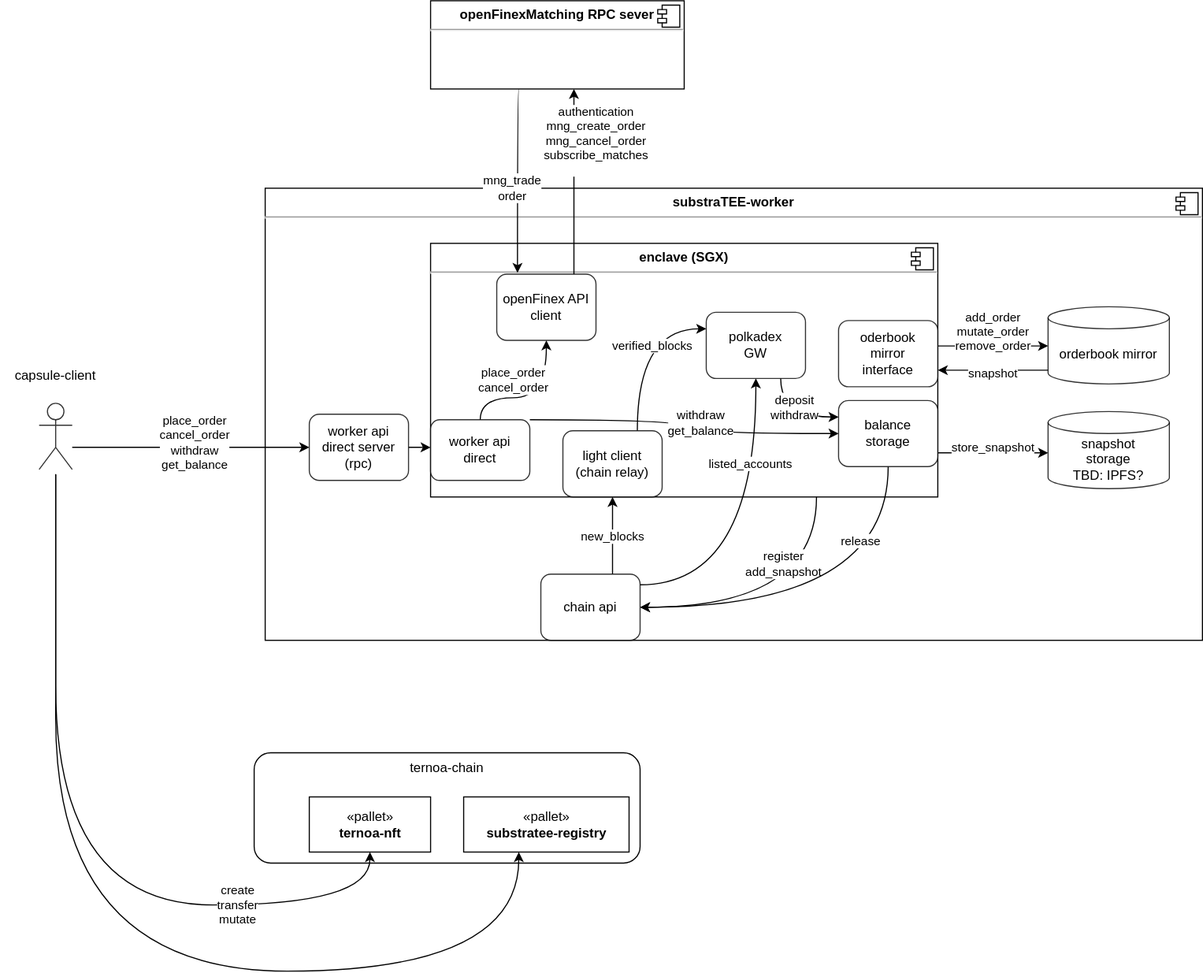
This is overview_ternoa.svg from haerdib/substraTEE_diagramms, a draw.io export, as it was before one commit. Source tidied: cells renumbered, new cells last; positions are measured from the earlier drawing's top-left corner, leaving out a move shared by most shapes. Source of this version:
```xml
<mxGraphModel>
  <root>
    <mxCell id="0" />
    <mxCell id="1" parent="0" />
    <mxCell id="2" value="&lt;p style=&quot;margin: 0px ; margin-top: 6px ; text-align: center&quot;&gt;&lt;b&gt;substraTEE-worker&lt;br&gt;&lt;/b&gt;&lt;/p&gt;&lt;hr&gt;&lt;p style=&quot;margin: 0px ; margin-left: 8px&quot;&gt;&lt;br&gt;&lt;/p&gt;" style="align=left;overflow=fill;html=1;" parent="1" vertex="1">
      <mxGeometry x="240" y="170" width="850" height="410" as="geometry" />
    </mxCell>
    <mxCell id="3" style="shape=component;jettyWidth=8;jettyHeight=4;" parent="2" vertex="1">
      <mxGeometry x="1" width="20" height="20" relative="1" as="geometry">
        <mxPoint x="-24" y="4" as="offset" />
      </mxGeometry>
    </mxCell>
    <mxCell id="4" value="&lt;p style=&quot;margin: 0px ; margin-top: 6px ; text-align: center&quot;&gt;&lt;b&gt;enclave (SGX)&lt;br&gt;&lt;/b&gt;&lt;/p&gt;&lt;hr&gt;&lt;p style=&quot;margin: 0px ; margin-left: 8px&quot;&gt;&lt;br&gt;&lt;/p&gt;" style="align=left;overflow=fill;html=1;" parent="1" vertex="1">
      <mxGeometry x="390" y="220" width="460" height="230" as="geometry" />
    </mxCell>
    <mxCell id="5" style="shape=component;jettyWidth=8;jettyHeight=4;" parent="4" vertex="1">
      <mxGeometry x="1" width="20" height="20" relative="1" as="geometry">
        <mxPoint x="-24" y="4" as="offset" />
      </mxGeometry>
    </mxCell>
    <mxCell id="6" value="ternoa-chain&lt;div&gt;&lt;br&gt;&lt;/div&gt;&lt;div&gt;&lt;br&gt;&lt;/div&gt;&lt;div&gt;&lt;br&gt;&lt;/div&gt;&lt;div&gt;&lt;br&gt;&lt;/div&gt;&lt;div&gt;&lt;br&gt;&lt;/div&gt;" style="rounded=1;whiteSpace=wrap;html=1;" parent="1" vertex="1">
      <mxGeometry x="230" y="682" width="350" height="100" as="geometry" />
    </mxCell>
    <mxCell id="7" value="«pallet»&lt;b&gt;&lt;br&gt;&lt;/b&gt;&lt;div&gt;&lt;b&gt;ternoa-nft&lt;/b&gt;&lt;br&gt;&lt;/div&gt;" style="html=1;" parent="1" vertex="1">
      <mxGeometry x="280" y="722" width="110" height="50" as="geometry" />
    </mxCell>
    <mxCell id="8" value="«pallet»&lt;br&gt;&lt;b&gt;substratee-registry&lt;/b&gt;" style="html=1;" parent="1" vertex="1">
      <mxGeometry x="420" y="722" width="150" height="50" as="geometry" />
    </mxCell>
    <mxCell id="9" style="edgeStyle=orthogonalEdgeStyle;curved=1;jettySize=auto;html=1;exitX=0.75;exitY=0;exitDx=0;exitDy=0;entryX=0;entryY=0.25;entryDx=0;entryDy=0;" parent="1" edge="1" source="11" target="54">
      <mxGeometry relative="1" as="geometry" />
    </mxCell>
    <mxCell id="10" value="verified_blocks" style="edgeLabel;html=1;align=center;verticalAlign=middle;" parent="9" vertex="1">
      <mxGeometry x="0.56" y="-10" relative="1" as="geometry">
        <mxPoint x="-15.8" y="5" as="offset" />
      </mxGeometry>
    </mxCell>
    <mxCell id="11" value="light client&lt;br&gt;(chain relay)" style="rounded=1;whiteSpace=wrap;html=1;opacity=80;" parent="1" vertex="1">
      <mxGeometry x="510" y="390" width="90" height="60" as="geometry" />
    </mxCell>
    <mxCell id="12" style="edgeStyle=orthogonalEdgeStyle;curved=1;rounded=0;jettySize=auto;html=1;entryX=0.5;entryY=1;entryDx=0;entryDy=0;" parent="1" edge="1" target="7">
      <mxGeometry relative="1" as="geometry">
        <mxPoint x="50" y="430" as="sourcePoint" />
        <Array as="points">
          <mxPoint x="50" y="422" />
          <mxPoint x="50" y="820" />
          <mxPoint x="335" y="820" />
        </Array>
      </mxGeometry>
    </mxCell>
    <mxCell id="13" value="&lt;div&gt;create&lt;/div&gt;&lt;div&gt;transfer&lt;/div&gt;&lt;div&gt;mutate&lt;br&gt;&lt;/div&gt;" style="edgeLabel;html=1;align=center;verticalAlign=middle;" parent="12" vertex="1">
      <mxGeometry x="0.55" relative="1" as="geometry" />
    </mxCell>
    <mxCell id="14" style="edgeStyle=orthogonalEdgeStyle;jettySize=auto;html=1;jumpStyle=none;shadow=0;curved=1;" parent="1" edge="1" source="15" target="24">
      <mxGeometry relative="1" as="geometry">
        <Array as="points">
          <mxPoint x="100" y="405" />
          <mxPoint x="100" y="405" />
        </Array>
      </mxGeometry>
    </mxCell>
    <mxCell id="15" style="shape=umlActor;verticalLabelPosition=bottom;verticalAlign=top;html=1;outlineConnect=0;opacity=80;" parent="1" vertex="1">
      <mxGeometry x="35" y="365" width="30" height="60" as="geometry" />
    </mxCell>
    <mxCell id="16" style="edgeStyle=orthogonalEdgeStyle;curved=1;rounded=0;jettySize=auto;html=1;entryX=1;entryY=0.5;entryDx=0;entryDy=0;" parent="1" edge="1" source="4" target="29">
      <mxGeometry relative="1" as="geometry">
        <Array as="points">
          <mxPoint x="740" y="550" />
        </Array>
      </mxGeometry>
    </mxCell>
    <mxCell id="17" value="&lt;div&gt;register&lt;/div&gt;&lt;div&gt;add_snapshot&lt;br&gt;&lt;/div&gt;" style="edgeLabel;html=1;align=center;verticalAlign=middle;" parent="16" vertex="1">
      <mxGeometry x="-0.38" y="3" relative="1" as="geometry">
        <mxPoint x="-33" y="-20" as="offset" />
      </mxGeometry>
    </mxCell>
    <mxCell id="18" value="capsule-client" style="text;html=1;strokeColor=none;fillColor=none;align=center;verticalAlign=middle;whiteSpace=wrap;rounded=0;" parent="1" vertex="1">
      <mxGeometry y="330" width="100" height="20" as="geometry" />
    </mxCell>
    <mxCell id="19" value="orderbook mirror" style="shape=cylinder3;whiteSpace=wrap;html=1;boundedLbl=1;backgroundOutline=1;size=10;opacity=80;" parent="1" vertex="1">
      <mxGeometry x="950" y="277.5" width="110" height="70" as="geometry" />
    </mxCell>
    <mxCell id="20" style="edgeStyle=orthogonalEdgeStyle;jettySize=auto;html=1;curved=1;" parent="1" edge="1" source="45" target="19">
      <mxGeometry relative="1" as="geometry">
        <Array as="points">
          <mxPoint x="870" y="313" />
          <mxPoint x="870" y="313" />
        </Array>
      </mxGeometry>
    </mxCell>
    <mxCell id="21" value="&lt;div&gt;add_order&lt;/div&gt;&lt;div&gt;mutate_order&lt;/div&gt;&lt;div&gt;remove_order&lt;br&gt;&lt;/div&gt;" style="edgeLabel;html=1;align=center;verticalAlign=middle;" parent="20" vertex="1">
      <mxGeometry x="0.36" y="1" relative="1" as="geometry">
        <mxPoint x="-18.1" y="-12" as="offset" />
      </mxGeometry>
    </mxCell>
    <mxCell id="22" value="&lt;div&gt;openFinex API&lt;/div&gt;&lt;div&gt;client&lt;br&gt;&lt;/div&gt;" style="rounded=1;whiteSpace=wrap;html=1;opacity=80;" parent="1" vertex="1">
      <mxGeometry x="450" y="248" width="90" height="60" as="geometry" />
    </mxCell>
    <mxCell id="23" style="edgeStyle=orthogonalEdgeStyle;rounded=0;jettySize=auto;html=1;exitX=1;exitY=0.5;exitDx=0;exitDy=0;entryX=0;entryY=0.457;entryDx=0;entryDy=0;entryPerimeter=0;" parent="1" edge="1" source="24" target="39">
      <mxGeometry relative="1" as="geometry">
        <Array as="points">
          <mxPoint x="380" y="405" />
        </Array>
      </mxGeometry>
    </mxCell>
    <mxCell id="24" value="&lt;div&gt;worker api&lt;br&gt;&lt;/div&gt;&lt;div&gt;direct server&lt;/div&gt;&lt;div&gt;(rpc)&lt;br&gt;&lt;/div&gt;" style="rounded=1;whiteSpace=wrap;html=1;opacity=80;" parent="1" vertex="1">
      <mxGeometry x="280" y="375" width="90" height="60" as="geometry" />
    </mxCell>
    <mxCell id="25" style="edgeStyle=orthogonalEdgeStyle;curved=1;jumpStyle=none;jettySize=auto;html=1;shadow=0;entryX=0.5;entryY=1;entryDx=0;entryDy=0;" parent="1" edge="1" target="11">
      <mxGeometry relative="1" as="geometry">
        <mxPoint x="555" y="520" as="sourcePoint" />
        <Array as="points">
          <mxPoint x="555" y="520" />
        </Array>
      </mxGeometry>
    </mxCell>
    <mxCell id="26" value="&lt;div&gt;new_blocks&lt;/div&gt;" style="edgeLabel;html=1;align=center;verticalAlign=middle;" parent="25" vertex="1">
      <mxGeometry x="0.28" relative="1" as="geometry">
        <mxPoint x="-0.8" y="10" as="offset" />
      </mxGeometry>
    </mxCell>
    <mxCell id="27" style="edgeStyle=orthogonalEdgeStyle;curved=1;jettySize=auto;html=1;exitX=0.996;exitY=0.161;exitDx=0;exitDy=0;entryX=0.5;entryY=1;entryDx=0;entryDy=0;exitPerimeter=0;" parent="1" edge="1" source="29" target="54">
      <mxGeometry relative="1" as="geometry" />
    </mxCell>
    <mxCell id="28" value="listed_accounts" style="edgeLabel;html=1;align=center;verticalAlign=middle;" parent="27" vertex="1">
      <mxGeometry x="0.5" y="1" relative="1" as="geometry">
        <mxPoint x="-4" y="4.4" as="offset" />
      </mxGeometry>
    </mxCell>
    <mxCell id="29" value="&lt;div&gt;chain api&lt;/div&gt;" style="rounded=1;whiteSpace=wrap;html=1;opacity=80;" parent="1" vertex="1">
      <mxGeometry x="490" y="520" width="90" height="60" as="geometry" />
    </mxCell>
    <mxCell id="30" style="edgeStyle=orthogonalEdgeStyle;curved=1;rounded=0;orthogonalLoop=1;jettySize=auto;html=1;entryX=0.5;entryY=1;entryDx=0;entryDy=0;" parent="1" edge="1">
      <mxGeometry relative="1" as="geometry">
        <mxPoint x="50" y="430" as="sourcePoint" />
        <mxPoint x="470" y="772" as="targetPoint" />
        <Array as="points">
          <mxPoint x="50" y="422" />
          <mxPoint x="50" y="880" />
          <mxPoint x="470" y="880" />
        </Array>
      </mxGeometry>
    </mxCell>
    <mxCell id="31" value="&lt;div&gt;place_order&lt;/div&gt;&lt;div&gt;cancel_order&lt;br&gt;&lt;/div&gt;&lt;div&gt;withdraw&lt;/div&gt;&lt;div&gt;get_balance&lt;br&gt;&lt;/div&gt;" style="edgeLabel;html=1;align=center;verticalAlign=middle;" parent="1" vertex="1">
      <mxGeometry x="180" y="405" as="geometry">
        <mxPoint x="-4" y="-4" as="offset" />
      </mxGeometry>
    </mxCell>
    <mxCell id="32" style="edgeStyle=orthogonalEdgeStyle;curved=1;jumpStyle=none;jettySize=auto;html=1;shadow=0;entryX=0.209;entryY=-0.021;entryDx=0;entryDy=0;entryPerimeter=0;" parent="1" edge="1" target="22">
      <mxGeometry relative="1" as="geometry">
        <mxPoint x="470" y="80" as="sourcePoint" />
        <Array as="points">
          <mxPoint x="469" y="80" />
        </Array>
      </mxGeometry>
    </mxCell>
    <mxCell id="33" value="&lt;div&gt;mng_trade&lt;/div&gt;&lt;div&gt;order&lt;br&gt;&lt;/div&gt;" style="edgeLabel;html=1;align=center;verticalAlign=middle;" parent="32" vertex="1">
      <mxGeometry x="0.07" y="3" relative="1" as="geometry">
        <mxPoint x="-8.2" y="1.5" as="offset" />
      </mxGeometry>
    </mxCell>
    <mxCell id="34" value="&lt;p style=&quot;margin: 0px ; margin-top: 6px ; text-align: center&quot;&gt;&lt;b&gt;openFinexMatching RPC sever&lt;br&gt;&lt;/b&gt;&lt;/p&gt;&lt;hr&gt;&lt;p style=&quot;margin: 0px ; margin-left: 8px&quot;&gt;&lt;br&gt;&lt;/p&gt;" style="align=left;overflow=fill;html=1;" parent="1" vertex="1">
      <mxGeometry x="390" width="230" height="80" as="geometry" />
    </mxCell>
    <mxCell id="35" style="shape=component;jettyWidth=8;jettyHeight=4;" parent="34" vertex="1">
      <mxGeometry x="1" width="20" height="20" relative="1" as="geometry">
        <mxPoint x="-24" y="4" as="offset" />
      </mxGeometry>
    </mxCell>
    <mxCell id="36" style="edgeStyle=orthogonalEdgeStyle;curved=1;jumpStyle=none;jettySize=auto;html=1;shadow=0;" parent="1" edge="1" source="22" target="34">
      <mxGeometry relative="1" as="geometry">
        <Array as="points">
          <mxPoint x="520" y="210" />
          <mxPoint x="520" y="210" />
        </Array>
      </mxGeometry>
    </mxCell>
    <mxCell id="37" value="authentication&lt;br&gt;&lt;div&gt;mng_create_order&lt;/div&gt;&lt;div&gt;mng_cancel_order&lt;/div&gt;&lt;div&gt;subscribe_matches&lt;br&gt;&lt;/div&gt;&lt;div&gt;&lt;br&gt;&lt;/div&gt;" style="edgeLabel;html=1;align=center;verticalAlign=middle;" parent="36" vertex="1">
      <mxGeometry x="0.35" y="5" relative="1" as="geometry">
        <mxPoint x="25" y="-7.5" as="offset" />
      </mxGeometry>
    </mxCell>
    <mxCell id="38" value="&lt;div&gt;snapshot&lt;/div&gt;&lt;div&gt;storage&lt;br&gt;TBD: IPFS?&lt;br&gt;&lt;/div&gt;" style="shape=cylinder3;whiteSpace=wrap;html=1;boundedLbl=1;backgroundOutline=1;size=10;opacity=80;" parent="1" vertex="1">
      <mxGeometry x="950" y="372.5" width="110" height="70" as="geometry" />
    </mxCell>
    <mxCell id="39" value="worker api&lt;br&gt;direct" style="rounded=1;whiteSpace=wrap;html=1;opacity=80;" parent="1" vertex="1">
      <mxGeometry x="390" y="380" width="90" height="55" as="geometry" />
    </mxCell>
    <mxCell id="40" style="edgeStyle=orthogonalEdgeStyle;jettySize=auto;html=1;curved=1;" parent="1" edge="1" source="4" target="38">
      <mxGeometry relative="1" as="geometry">
        <Array as="points">
          <mxPoint x="860" y="410" />
          <mxPoint x="860" y="410" />
        </Array>
      </mxGeometry>
    </mxCell>
    <mxCell id="41" value="store_snapshot" style="edgeLabel;html=1;align=center;verticalAlign=middle;" parent="40" vertex="1">
      <mxGeometry x="0.34" y="2" relative="1" as="geometry">
        <mxPoint x="-17.1" y="-3" as="offset" />
      </mxGeometry>
    </mxCell>
    <mxCell id="42" style="edgeStyle=orthogonalEdgeStyle;curved=1;jettySize=auto;html=1;exitX=0.5;exitY=1;exitDx=0;exitDy=0;entryX=1;entryY=0.5;entryDx=0;entryDy=0;" parent="1" edge="1" source="44" target="29">
      <mxGeometry relative="1" as="geometry">
        <Array as="points">
          <mxPoint x="805" y="550" />
        </Array>
      </mxGeometry>
    </mxCell>
    <mxCell id="43" value="release" style="edgeLabel;html=1;align=center;verticalAlign=middle;" parent="42" vertex="1">
      <mxGeometry x="-0.04" y="-12" relative="1" as="geometry">
        <mxPoint x="16.4" y="-48" as="offset" />
      </mxGeometry>
    </mxCell>
    <mxCell id="44" value="balance&lt;br&gt;storage" style="rounded=1;whiteSpace=wrap;html=1;opacity=80;" parent="1" vertex="1">
      <mxGeometry x="760" y="362.5" width="90" height="60" as="geometry" />
    </mxCell>
    <mxCell id="45" value="&lt;div&gt;oderbook&lt;/div&gt;&lt;div&gt;mirror&lt;/div&gt;&lt;div&gt;interface&lt;br&gt;&lt;/div&gt;" style="rounded=1;whiteSpace=wrap;html=1;opacity=80;" parent="1" vertex="1">
      <mxGeometry x="760" y="290" width="90" height="60" as="geometry" />
    </mxCell>
    <mxCell id="46" style="edgeStyle=orthogonalEdgeStyle;jettySize=auto;html=1;curved=1;entryX=1;entryY=0.75;entryDx=0;entryDy=0;" parent="1" edge="1" target="45">
      <mxGeometry relative="1" as="geometry">
        <mxPoint x="950" y="335" as="sourcePoint" />
        <Array as="points">
          <mxPoint x="950" y="335" />
        </Array>
      </mxGeometry>
    </mxCell>
    <mxCell id="47" value="snapshot" style="edgeLabel;html=1;align=center;verticalAlign=middle;" parent="46" vertex="1">
      <mxGeometry x="0.36" y="1" relative="1" as="geometry">
        <mxPoint x="18.1" y="1.5" as="offset" />
      </mxGeometry>
    </mxCell>
    <mxCell id="48" style="edgeStyle=orthogonalEdgeStyle;jettySize=auto;html=1;curved=1;exitX=0.5;exitY=0;exitDx=0;exitDy=0;entryX=0.5;entryY=1;entryDx=0;entryDy=0;" parent="1" edge="1" source="39" target="22">
      <mxGeometry relative="1" as="geometry">
        <Array as="points">
          <mxPoint x="435" y="360" />
          <mxPoint x="495" y="360" />
        </Array>
      </mxGeometry>
    </mxCell>
    <mxCell id="49" value="&lt;div&gt;place_order&lt;/div&gt;&lt;div&gt;cancel_order&lt;/div&gt;" style="edgeLabel;html=1;align=center;verticalAlign=middle;" parent="48" vertex="1">
      <mxGeometry x="0.34" y="2" relative="1" as="geometry">
        <mxPoint x="-28.6" y="-8" as="offset" />
      </mxGeometry>
    </mxCell>
    <mxCell id="50" style="edgeStyle=orthogonalEdgeStyle;jettySize=auto;html=1;curved=1;entryX=0;entryY=0.5;entryDx=0;entryDy=0;" parent="1" edge="1" source="39" target="44">
      <mxGeometry relative="1" as="geometry">
        <Array as="points">
          <mxPoint x="620" y="380" />
          <mxPoint x="620" y="393" />
        </Array>
      </mxGeometry>
    </mxCell>
    <mxCell id="51" value="&lt;div&gt;withdraw&lt;/div&gt;&lt;div&gt;get_balance&lt;br&gt;&lt;/div&gt;" style="edgeLabel;html=1;align=center;verticalAlign=middle;" parent="50" vertex="1">
      <mxGeometry x="0.34" y="2" relative="1" as="geometry">
        <mxPoint x="-28.6" y="-8" as="offset" />
      </mxGeometry>
    </mxCell>
    <mxCell id="52" style="edgeStyle=orthogonalEdgeStyle;curved=1;jettySize=auto;html=1;exitX=0.75;exitY=1;exitDx=0;exitDy=0;entryX=0;entryY=0.25;entryDx=0;entryDy=0;" parent="1" edge="1" source="54" target="44">
      <mxGeometry relative="1" as="geometry" />
    </mxCell>
    <mxCell id="53" value="&lt;div&gt;deposit&lt;/div&gt;&lt;div&gt;withdraw&lt;br&gt;&lt;/div&gt;" style="edgeLabel;html=1;align=center;verticalAlign=middle;" parent="52" vertex="1">
      <mxGeometry x="0.07" y="9" relative="1" as="geometry" />
    </mxCell>
    <mxCell id="54" value="polkadex&lt;br&gt;GW" style="rounded=1;whiteSpace=wrap;html=1;opacity=80;" parent="1" vertex="1">
      <mxGeometry x="640" y="282.5" width="90" height="60" as="geometry" />
    </mxCell>
  </root>
</mxGraphModel>
```
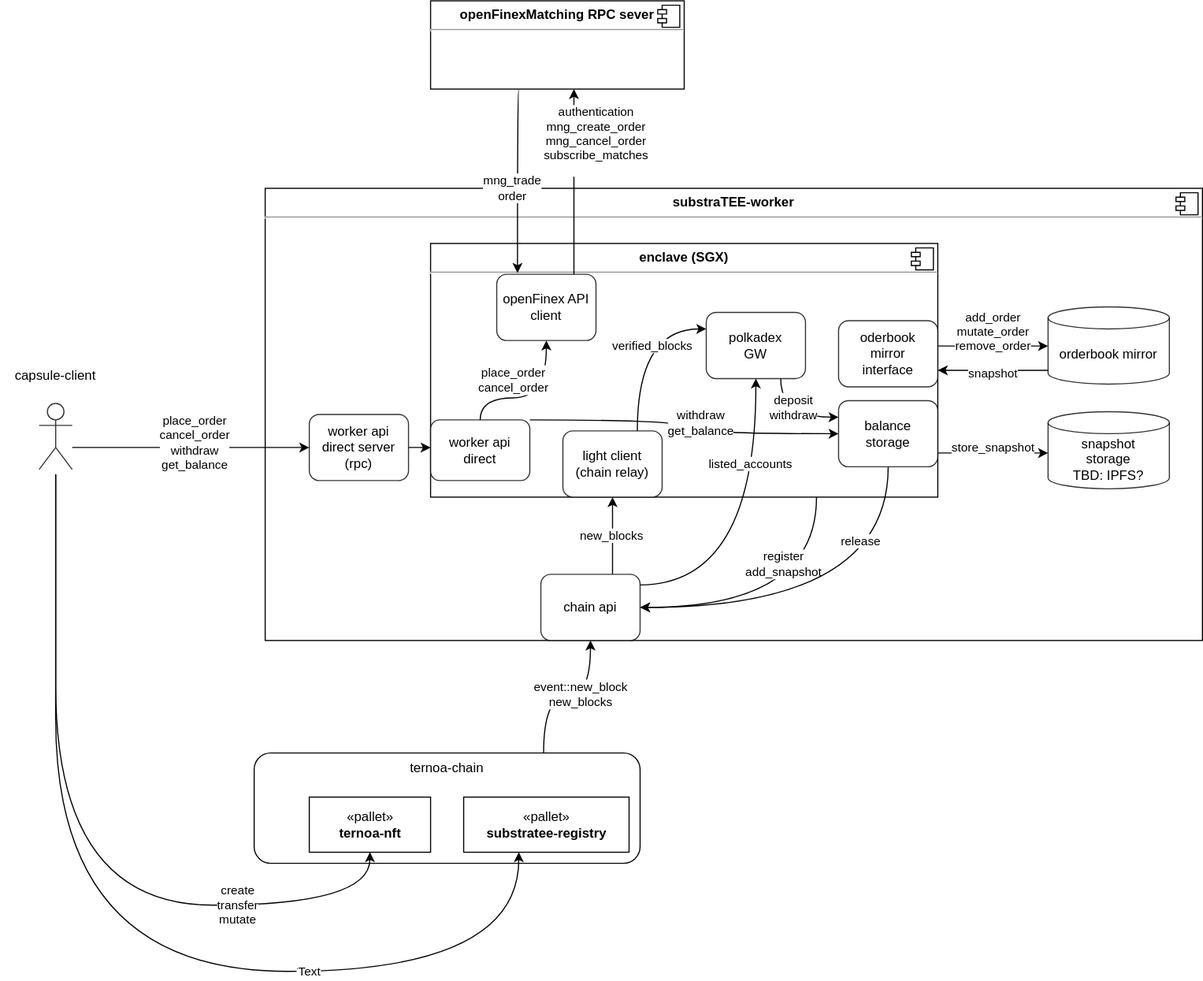
After the change.

The edit, as a diff of the source:
```diff
@@ -18,6 +18,12 @@
         <mxPoint x="-24" y="4" as="offset" />
       </mxGeometry>
     </mxCell>
+    <mxCell id="55" style="edgeStyle=orthogonalEdgeStyle;jettySize=auto;html=1;exitX=0.75;exitY=0;exitDx=0;exitDy=0;entryX=0.5;entryY=1;entryDx=0;entryDy=0;curved=1;" parent="1" edge="1" source="6" target="29">
+      <mxGeometry relative="1" as="geometry" />
+    </mxCell>
+    <mxCell id="56" value="&lt;div&gt;event::new_block&lt;/div&gt;&lt;div&gt;new_blocks&lt;br&gt;&lt;/div&gt;" style="edgeLabel;html=1;align=center;verticalAlign=middle;" parent="55" vertex="1">
+      <mxGeometry x="0.17" y="2" relative="1" as="geometry" />
+    </mxCell>
     <mxCell id="6" value="ternoa-chain&lt;div&gt;&lt;br&gt;&lt;/div&gt;&lt;div&gt;&lt;br&gt;&lt;/div&gt;&lt;div&gt;&lt;br&gt;&lt;/div&gt;&lt;div&gt;&lt;br&gt;&lt;/div&gt;&lt;div&gt;&lt;br&gt;&lt;/div&gt;" style="rounded=1;whiteSpace=wrap;html=1;" parent="1" vertex="1">
       <mxGeometry x="230" y="682" width="350" height="100" as="geometry" />
     </mxCell>
@@ -141,6 +147,12 @@
         </Array>
       </mxGeometry>
     </mxCell>
+    <mxCell id="57" value="Text" style="edgeLabel;html=1;align=center;verticalAlign=middle;" parent="30" vertex="1">
+      <mxGeometry x="0.4" y="-1" relative="1" as="geometry" />
+    </mxCell>
+    <mxCell id="58" value="Text" style="edgeLabel;html=1;align=center;verticalAlign=middle;" parent="30" vertex="1">
+      <mxGeometry x="0.4" relative="1" as="geometry" />
+    </mxCell>
     <mxCell id="31" value="&lt;div&gt;place_order&lt;/div&gt;&lt;div&gt;cancel_order&lt;br&gt;&lt;/div&gt;&lt;div&gt;withdraw&lt;/div&gt;&lt;div&gt;get_balance&lt;br&gt;&lt;/div&gt;" style="edgeLabel;html=1;align=center;verticalAlign=middle;" parent="1" vertex="1">
       <mxGeometry x="180" y="405" as="geometry">
         <mxPoint x="-4" y="-4" as="offset" />
```
